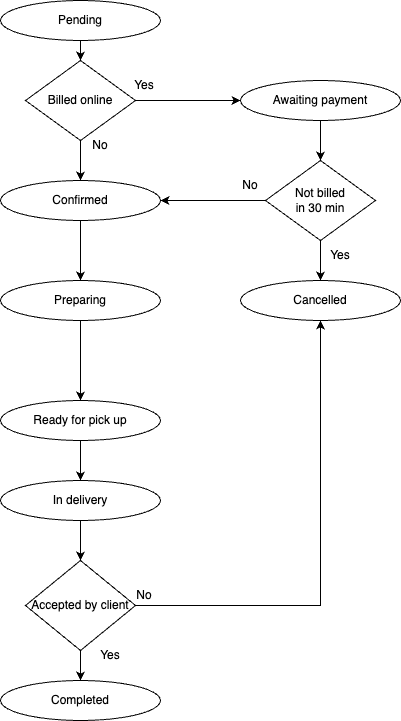
Before: images/StateMachine.png, a diagram exported from draw.io (dmitry-procoders/pizza-project). Source tidied: cells renumbered, new cells last; positions are measured from the earlier drawing's top-left corner, leaving out a move shared by most shapes.
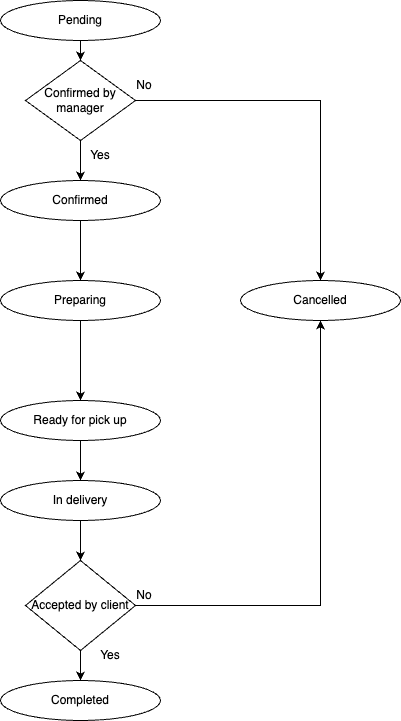
After the change.

The edit, as a diff of the source:
```diff
@@ -2,9 +2,9 @@
   <root>
     <mxCell id="0" />
     <mxCell id="1" parent="0" />
-    <mxCell id="2" style="edgeStyle=orthogonalEdgeStyle;rounded=0;jettySize=auto;html=1;exitX=0.5;exitY=1;exitDx=0;exitDy=0;entryX=0.5;entryY=0;entryDx=0;entryDy=0;" parent="1" edge="1" source="3" target="9">
-      <mxGeometry relative="1" as="geometry" />
-    </mxCell>
+    <mxCell id="31" style="edgeStyle=orthogonalEdgeStyle;rounded=0;jettySize=auto;html=1;exitX=0.5;exitY=1;exitDx=0;exitDy=0;entryX=0.5;entryY=0;entryDx=0;entryDy=0;" parent="1" edge="1" source="3" target="33">
+      <mxGeometry relative="1" as="geometry" />
+    </mxCell>
     <mxCell id="3" value="Pending" style="ellipse;whiteSpace=wrap;html=1;" parent="1" vertex="1">
       <mxGeometry width="160" height="40" as="geometry" />
     </mxCell>
@@ -20,33 +20,22 @@
     <mxCell id="7" value="Preparing" style="ellipse;whiteSpace=wrap;html=1;" parent="1" vertex="1">
       <mxGeometry y="280" width="160" height="40" as="geometry" />
     </mxCell>
-    <mxCell id="8" style="edgeStyle=orthogonalEdgeStyle;rounded=0;jettySize=auto;html=1;" parent="1" edge="1" source="9" target="5">
-      <mxGeometry relative="1" as="geometry" />
-    </mxCell>
-    <mxCell id="9" value="Billed online" style="rhombus;whiteSpace=wrap;html=1;" parent="1" vertex="1">
-      <mxGeometry x="25" y="60" width="110" height="80" as="geometry" />
-    </mxCell>
-    <mxCell id="10" style="edgeStyle=orthogonalEdgeStyle;rounded=0;jettySize=auto;html=1;exitX=0.5;exitY=1;exitDx=0;exitDy=0;entryX=0.5;entryY=0;entryDx=0;entryDy=0;" parent="1" edge="1" source="11" target="14">
-      <mxGeometry relative="1" as="geometry" />
-    </mxCell>
-    <mxCell id="11" value="Awaiting payment" style="ellipse;whiteSpace=wrap;html=1;" parent="1" vertex="1">
-      <mxGeometry x="240" y="80" width="160" height="40" as="geometry" />
-    </mxCell>
+    <mxCell id="32" style="edgeStyle=orthogonalEdgeStyle;rounded=0;jettySize=auto;html=1;" parent="1" edge="1" source="33" target="5">
+      <mxGeometry relative="1" as="geometry" />
+    </mxCell>
+    <mxCell id="33" value="Confirmed by manager" style="rhombus;whiteSpace=wrap;html=1;" parent="1" vertex="1">
+      <mxGeometry x="25" y="60" width="110" height="80" as="geometry" />
+    </mxCell>
     <mxCell id="12" value="Cancelled" style="ellipse;whiteSpace=wrap;html=1;" parent="1" vertex="1">
       <mxGeometry x="240" y="280" width="160" height="40" as="geometry" />
     </mxCell>
-    <mxCell id="13" style="edgeStyle=orthogonalEdgeStyle;rounded=0;jettySize=auto;html=1;exitX=0.5;exitY=1;exitDx=0;exitDy=0;entryX=0.5;entryY=0;entryDx=0;entryDy=0;" parent="1" edge="1" source="14" target="12">
-      <mxGeometry relative="1" as="geometry" />
-    </mxCell>
-    <mxCell id="14" value="Not billed &lt;br&gt;in 30 min" style="rhombus;whiteSpace=wrap;html=1;" parent="1" vertex="1">
-      <mxGeometry x="265" y="160" width="110" height="80" as="geometry" />
-    </mxCell>
-    <mxCell id="15" style="endArrow=classic;html=1;rounded=0;exitX=1;exitY=0.5;exitDx=0;exitDy=0;entryX=0;entryY=0.5;entryDx=0;entryDy=0;" parent="1" edge="1" source="9" target="11">
-      <mxGeometry relative="1" as="geometry" />
-    </mxCell>
-    <mxCell id="16" style="endArrow=classic;html=1;rounded=0;exitX=0;exitY=0.5;exitDx=0;exitDy=0;entryX=1;entryY=0.5;entryDx=0;entryDy=0;" parent="1" edge="1" source="14" target="5">
-      <mxGeometry relative="1" as="geometry" />
-    </mxCell>
+    <mxCell id="34" style="endArrow=classic;html=1;rounded=0;exitX=1;exitY=0.5;exitDx=0;exitDy=0;entryX=0.5;entryY=0;entryDx=0;entryDy=0;" parent="1" edge="1" source="33" target="12">
+      <mxGeometry relative="1" as="geometry">
+        <Array as="points">
+          <mxPoint x="320" y="100" />
+        </Array>
+      </mxGeometry>
+    </mxCell>
     <mxCell id="17" style="edgeStyle=orthogonalEdgeStyle;rounded=0;jettySize=auto;html=1;exitX=0.5;exitY=1;exitDx=0;exitDy=0;entryX=0.5;entryY=0;entryDx=0;entryDy=0;" parent="1" edge="1" source="18" target="20">
       <mxGeometry relative="1" as="geometry" />
     </mxCell>
@@ -71,21 +60,15 @@
     <mxCell id="24" value="Completed" style="ellipse;whiteSpace=wrap;html=1;" parent="1" vertex="1">
       <mxGeometry y="680" width="160" height="40" as="geometry" />
     </mxCell>
-    <mxCell id="25" value="Yes" style="text;html=1;align=center;verticalAlign=middle;whiteSpace=wrap;rounded=0;" parent="1" vertex="1">
-      <mxGeometry x="114" y="70" width="60" height="30" as="geometry" />
-    </mxCell>
-    <mxCell id="26" value="No" style="text;html=1;align=center;verticalAlign=middle;whiteSpace=wrap;rounded=0;" parent="1" vertex="1">
-      <mxGeometry x="70" y="130" width="60" height="30" as="geometry" />
-    </mxCell>
-    <mxCell id="27" value="Yes" style="text;html=1;align=center;verticalAlign=middle;whiteSpace=wrap;rounded=0;" parent="1" vertex="1">
-      <mxGeometry x="310" y="240" width="60" height="30" as="geometry" />
-    </mxCell>
+    <mxCell id="35" value="Yes" style="text;html=1;align=center;verticalAlign=middle;whiteSpace=wrap;rounded=0;" parent="1" vertex="1">
+      <mxGeometry x="70" y="140" width="60" height="30" as="geometry" />
+    </mxCell>
+    <mxCell id="36" value="No" style="text;html=1;align=center;verticalAlign=middle;whiteSpace=wrap;rounded=0;" parent="1" vertex="1">
+      <mxGeometry x="114" y="70" width="60" height="30" as="geometry" />
+    </mxCell>
     <mxCell id="28" value="Yes" style="text;html=1;align=center;verticalAlign=middle;whiteSpace=wrap;rounded=0;" parent="1" vertex="1">
       <mxGeometry x="80" y="640" width="60" height="30" as="geometry" />
     </mxCell>
-    <mxCell id="29" value="No" style="text;html=1;align=center;verticalAlign=middle;whiteSpace=wrap;rounded=0;" parent="1" vertex="1">
-      <mxGeometry x="220" y="170" width="60" height="30" as="geometry" />
-    </mxCell>
     <mxCell id="30" value="No" style="text;html=1;align=center;verticalAlign=middle;whiteSpace=wrap;rounded=0;" parent="1" vertex="1">
       <mxGeometry x="114" y="580" width="60" height="30" as="geometry" />
     </mxCell>
```
